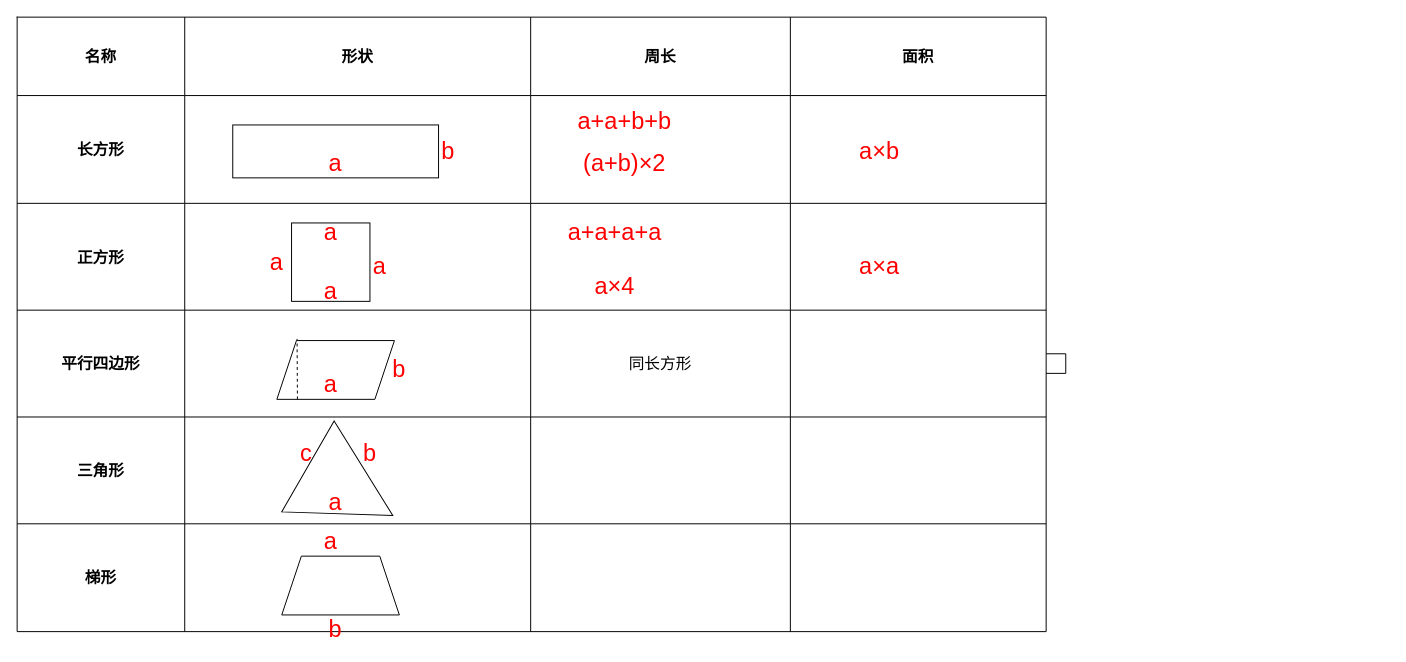
Earlier version of the draw.io diagram 教学.drawio (SpikeFJ/picgo). Source tidied: cells renumbered, new cells numbered last; positions are measured from the earlier drawing's top-left corner, leaving out a move shared by most shapes. Both pictures are drawn from the tidied source at 98%, with x=0, y=0 at pixel (17, 17).
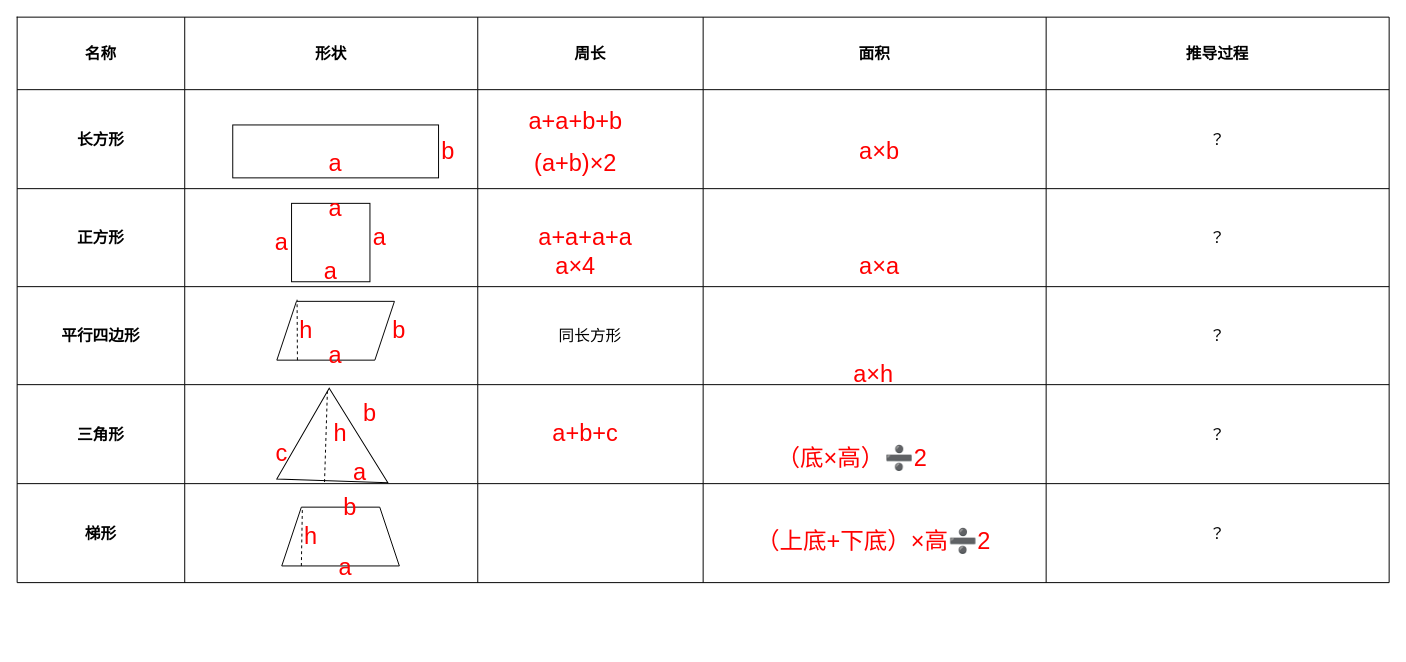
The same diagram, later.

The edit, as a diff of the source:
```diff
@@
     <mxCell id="2" style="shape=table;startSize=0;childLayout=tableLayout;fontSize=16;rounded=1;labelBackgroundColor=none;" parent="1" vertex="1">
-      <mxGeometry width="1050" height="627" as="geometry" />
+      <mxGeometry width="1400" height="577" as="geometry" />
     </mxCell>
     <mxCell id="3" style="shape=tableRow;horizontal=0;startSize=0;swimlaneHead=0;swimlaneBody=0;top=0;left=0;bottom=0;right=0;fillColor=none;fontSize=16;fontStyle=1;rounded=1;labelBackgroundColor=none;" parent="2" vertex="1">
-      <mxGeometry width="1050" height="80" as="geometry" />
+      <mxGeometry width="1400" height="74" as="geometry" />
     </mxCell>
     <mxCell id="4" value="名称" style="shape=partialRectangle;html=1;whiteSpace=wrap;overflow=hidden;fillColor=none;top=0;left=0;bottom=0;right=0;fontSize=16;fontStyle=1;rounded=1;labelBackgroundColor=none;" parent="3" vertex="1">
-      <mxGeometry width="171" height="80" as="geometry" />
+      <mxGeometry width="171" height="74" as="geometry" />
     </mxCell>
     <mxCell id="5" value="形状" style="shape=partialRectangle;html=1;whiteSpace=wrap;overflow=hidden;fillColor=none;top=0;left=0;bottom=0;right=0;fontSize=16;fontStyle=1;rounded=1;labelBackgroundColor=none;" parent="3" vertex="1">
-      <mxGeometry x="171" width="353" height="80" as="geometry" />
+      <mxGeometry x="171" width="299" height="74" as="geometry" />
     </mxCell>
     <mxCell id="6" value="周长" style="shape=partialRectangle;html=1;whiteSpace=wrap;overflow=hidden;fillColor=none;top=0;left=0;bottom=0;right=0;fontSize=16;fontStyle=1;rounded=1;labelBackgroundColor=none;" parent="3" vertex="1">
-      <mxGeometry x="524" width="265" height="80" as="geometry" />
+      <mxGeometry x="470" width="230" height="74" as="geometry" />
     </mxCell>
     <mxCell id="7" value="面积" style="shape=partialRectangle;html=1;whiteSpace=wrap;overflow=hidden;fillColor=none;top=0;left=0;bottom=0;right=0;fontSize=16;fontStyle=1;rounded=1;labelBackgroundColor=none;" parent="3" vertex="1">
-      <mxGeometry x="789" width="261" height="80" as="geometry" />
+      <mxGeometry x="700" width="350" height="74" as="geometry" />
     </mxCell>
+    <mxCell id="60" value="推导过程" style="shape=partialRectangle;html=1;whiteSpace=wrap;overflow=hidden;fillColor=none;top=0;left=0;bottom=0;right=0;fontSize=16;fontStyle=1;rounded=1;labelBackgroundColor=none;" parent="3" vertex="1">
+      <mxGeometry x="1050" width="350" height="74" as="geometry" />
+    </mxCell>
     <mxCell id="8" style="shape=tableRow;horizontal=0;startSize=0;swimlaneHead=0;swimlaneBody=0;top=0;left=0;bottom=0;right=0;fillColor=none;fontSize=16;rounded=1;labelBackgroundColor=none;" parent="2" vertex="1">
-      <mxGeometry y="80" width="1050" height="110" as="geometry" />
+      <mxGeometry y="74" width="1400" height="101" as="geometry" />
     </mxCell>
     <mxCell id="9" value="长方形" style="shape=partialRectangle;html=1;whiteSpace=wrap;overflow=hidden;fillColor=none;top=0;left=0;bottom=0;right=0;fontSize=16;rounded=1;labelBackgroundColor=none;fontStyle=1;" parent="8" vertex="1">
-      <mxGeometry width="171" height="110" as="geometry" />
+      <mxGeometry width="171" height="101" as="geometry" />
     </mxCell>
     <mxCell id="10" style="shape=partialRectangle;html=1;whiteSpace=wrap;overflow=hidden;fillColor=none;top=0;left=0;bottom=0;right=0;fontSize=16;rounded=1;labelBackgroundColor=none;" parent="8" vertex="1">
-      <mxGeometry x="171" width="353" height="110" as="geometry" />
+      <mxGeometry x="171" width="299" height="101" as="geometry" />
     </mxCell>
     <mxCell id="11" style="shape=partialRectangle;html=1;whiteSpace=wrap;overflow=hidden;fillColor=none;top=0;left=0;bottom=0;right=0;fontSize=16;rounded=1;labelBackgroundColor=none;" parent="8" vertex="1">
-      <mxGeometry x="524" width="265" height="110" as="geometry" />
+      <mxGeometry x="470" width="230" height="101" as="geometry" />
     </mxCell>
     <mxCell id="12" style="shape=partialRectangle;html=1;whiteSpace=wrap;overflow=hidden;fillColor=none;top=0;left=0;bottom=0;right=0;fontSize=16;rounded=1;labelBackgroundColor=none;" parent="8" vertex="1">
-      <mxGeometry x="789" width="261" height="110" as="geometry" />
+      <mxGeometry x="700" width="350" height="101" as="geometry" />
     </mxCell>
+    <mxCell id="61" value="？" style="shape=partialRectangle;html=1;whiteSpace=wrap;overflow=hidden;fillColor=none;top=0;left=0;bottom=0;right=0;fontSize=16;rounded=1;labelBackgroundColor=none;" parent="8" vertex="1">
+      <mxGeometry x="1050" width="350" height="101" as="geometry" />
+    </mxCell>
     <mxCell id="13" style="shape=tableRow;horizontal=0;startSize=0;swimlaneHead=0;swimlaneBody=0;top=0;left=0;bottom=0;right=0;fillColor=none;fontSize=16;rounded=1;labelBackgroundColor=none;" parent="2" vertex="1">
-      <mxGeometry y="190" width="1050" height="109" as="geometry" />
+      <mxGeometry y="175" width="1400" height="100" as="geometry" />
     </mxCell>
     <mxCell id="14" value="正方形" style="shape=partialRectangle;html=1;whiteSpace=wrap;overflow=hidden;fillColor=none;top=0;left=0;bottom=0;right=0;fontSize=16;rounded=1;labelBackgroundColor=none;fontStyle=1;" parent="13" vertex="1">
-      <mxGeometry width="171" height="109" as="geometry" />
+      <mxGeometry width="171" height="100" as="geometry" />
     </mxCell>
     <mxCell id="15" style="shape=partialRectangle;html=1;whiteSpace=wrap;overflow=hidden;fillColor=none;top=0;left=0;bottom=0;right=0;fontSize=16;rounded=1;labelBackgroundColor=none;" parent="13" vertex="1">
-      <mxGeometry x="171" width="353" height="109" as="geometry" />
+      <mxGeometry x="171" width="299" height="100" as="geometry" />
     </mxCell>
     <mxCell id="16" style="shape=partialRectangle;html=1;whiteSpace=wrap;overflow=hidden;fillColor=none;top=0;left=0;bottom=0;right=0;fontSize=16;rounded=1;labelBackgroundColor=none;" parent="13" vertex="1">
-      <mxGeometry x="524" width="265" height="109" as="geometry" />
+      <mxGeometry x="470" width="230" height="100" as="geometry" />
     </mxCell>
     <mxCell id="17" style="shape=partialRectangle;html=1;whiteSpace=wrap;overflow=hidden;fillColor=none;top=0;left=0;bottom=0;right=0;fontSize=16;rounded=1;labelBackgroundColor=none;" parent="13" vertex="1">
-      <mxGeometry x="789" width="261" height="109" as="geometry" />
+      <mxGeometry x="700" width="350" height="100" as="geometry" />
     </mxCell>
+    <mxCell id="62" value="？" style="shape=partialRectangle;html=1;whiteSpace=wrap;overflow=hidden;fillColor=none;top=0;left=0;bottom=0;right=0;fontSize=16;rounded=1;labelBackgroundColor=none;" parent="13" vertex="1">
+      <mxGeometry x="1050" width="350" height="100" as="geometry" />
+    </mxCell>
     <mxCell id="18" style="shape=tableRow;horizontal=0;startSize=0;swimlaneHead=0;swimlaneBody=0;top=0;left=0;bottom=0;right=0;fillColor=none;points=[[0,0.5],[1,0.5]];portConstraint=eastwest;fontSize=16;rounded=1;labelBackgroundColor=none;" parent="2" vertex="1">
-      <mxGeometry y="299" width="1050" height="109" as="geometry" />
+      <mxGeometry y="275" width="1400" height="100" as="geometry" />
     </mxCell>
     <mxCell id="19" value="平行四边形" style="shape=partialRectangle;html=1;whiteSpace=wrap;overflow=hidden;fillColor=none;top=0;left=0;bottom=0;right=0;fontSize=16;rounded=1;labelBackgroundColor=none;fontStyle=1;" parent="18" vertex="1">
-      <mxGeometry width="171" height="109" as="geometry" />
+      <mxGeometry width="171" height="100" as="geometry" />
     </mxCell>
     <mxCell id="20" style="shape=partialRectangle;html=1;whiteSpace=wrap;overflow=hidden;fillColor=none;top=0;left=0;bottom=0;right=0;fontSize=16;rounded=1;labelBackgroundColor=none;" parent="18" vertex="1">
-      <mxGeometry x="171" width="353" height="109" as="geometry" />
+      <mxGeometry x="171" width="299" height="100" as="geometry" />
     </mxCell>
     <mxCell id="21" value="同长方形" style="shape=partialRectangle;html=1;whiteSpace=wrap;overflow=hidden;fillColor=none;top=0;left=0;bottom=0;right=0;fontSize=16;rounded=1;labelBackgroundColor=none;" parent="18" vertex="1">
-      <mxGeometry x="524" width="265" height="109" as="geometry" />
+      <mxGeometry x="470" width="230" height="100" as="geometry" />
     </mxCell>
     <mxCell id="22" style="shape=partialRectangle;html=1;whiteSpace=wrap;overflow=hidden;fillColor=none;top=0;left=0;bottom=0;right=0;fontSize=16;rounded=1;labelBackgroundColor=none;" parent="18" vertex="1">
-      <mxGeometry x="789" width="261" height="109" as="geometry" />
+      <mxGeometry x="700" width="350" height="100" as="geometry" />
     </mxCell>
+    <mxCell id="63" value="？" style="shape=partialRectangle;html=1;whiteSpace=wrap;overflow=hidden;fillColor=none;top=0;left=0;bottom=0;right=0;fontSize=16;rounded=1;labelBackgroundColor=none;" parent="18" vertex="1">
+      <mxGeometry x="1050" width="350" height="100" as="geometry" />
+    </mxCell>
     <mxCell id="23" style="shape=tableRow;horizontal=0;startSize=0;swimlaneHead=0;swimlaneBody=0;top=0;left=0;bottom=0;right=0;fillColor=none;fontSize=16;rounded=1;labelBackgroundColor=none;" parent="2" vertex="1">
-      <mxGeometry y="408" width="1050" height="109" as="geometry" />
+      <mxGeometry y="375" width="1400" height="101" as="geometry" />
     </mxCell>
     <mxCell id="24" value="三角形" style="shape=partialRectangle;html=1;whiteSpace=wrap;overflow=hidden;fillColor=none;top=0;left=0;bottom=0;right=0;fontSize=16;rounded=1;labelBackgroundColor=none;fontStyle=1;" parent="23" vertex="1">
-      <mxGeometry width="171" height="109" as="geometry" />
+      <mxGeometry width="171" height="101" as="geometry" />
     </mxCell>
     <mxCell id="25" style="shape=partialRectangle;html=1;whiteSpace=wrap;overflow=hidden;fillColor=none;top=0;left=0;bottom=0;right=0;fontSize=16;rounded=1;labelBackgroundColor=none;" parent="23" vertex="1">
-      <mxGeometry x="171" width="353" height="109" as="geometry" />
+      <mxGeometry x="171" width="299" height="101" as="geometry" />
     </mxCell>
     <mxCell id="26" style="shape=partialRectangle;html=1;whiteSpace=wrap;overflow=hidden;fillColor=none;top=0;left=0;bottom=0;right=0;fontSize=16;rounded=1;labelBackgroundColor=none;" parent="23" vertex="1">
-      <mxGeometry x="524" width="265" height="109" as="geometry" />
+      <mxGeometry x="470" width="230" height="101" as="geometry" />
     </mxCell>
     <mxCell id="27" style="shape=partialRectangle;html=1;whiteSpace=wrap;overflow=hidden;fillColor=none;top=0;left=0;bottom=0;right=0;fontSize=16;rounded=1;labelBackgroundColor=none;" parent="23" vertex="1">
-      <mxGeometry x="789" width="261" height="109" as="geometry" />
+      <mxGeometry x="700" width="350" height="101" as="geometry" />
     </mxCell>
+    <mxCell id="64" value="？" style="shape=partialRectangle;html=1;whiteSpace=wrap;overflow=hidden;fillColor=none;top=0;left=0;bottom=0;right=0;fontSize=16;rounded=1;labelBackgroundColor=none;" parent="23" vertex="1">
+      <mxGeometry x="1050" width="350" height="101" as="geometry" />
+    </mxCell>
     <mxCell id="28" style="shape=tableRow;horizontal=0;startSize=0;swimlaneHead=0;swimlaneBody=0;top=0;left=0;bottom=0;right=0;fillColor=none;fontSize=16;rounded=1;labelBackgroundColor=none;" parent="2" vertex="1">
-      <mxGeometry y="517" width="1050" height="110" as="geometry" />
+      <mxGeometry y="476" width="1400" height="101" as="geometry" />
     </mxCell>
     <mxCell id="29" value="梯形" style="shape=partialRectangle;html=1;whiteSpace=wrap;overflow=hidden;fillColor=none;top=0;left=0;bottom=0;right=0;fontSize=16;rounded=1;labelBackgroundColor=none;fontStyle=1;" parent="28" vertex="1">
-      <mxGeometry width="171" height="110" as="geometry" />
+      <mxGeometry width="171" height="101" as="geometry" />
     </mxCell>
     <mxCell id="30" style="shape=partialRectangle;html=1;whiteSpace=wrap;overflow=hidden;fillColor=none;top=0;left=0;bottom=0;right=0;fontSize=16;rounded=1;labelBackgroundColor=none;" parent="28" vertex="1">
-      <mxGeometry x="171" width="353" height="110" as="geometry" />
+      <mxGeometry x="171" width="299" height="101" as="geometry" />
     </mxCell>
     <mxCell id="31" style="shape=partialRectangle;html=1;whiteSpace=wrap;overflow=hidden;fillColor=none;top=0;left=0;bottom=0;right=0;fontSize=16;rounded=1;labelBackgroundColor=none;" parent="28" vertex="1">
-      <mxGeometry x="524" width="265" height="110" as="geometry" />
+      <mxGeometry x="470" width="230" height="101" as="geometry" />
     </mxCell>
     <mxCell id="32" style="shape=partialRectangle;html=1;whiteSpace=wrap;overflow=hidden;fillColor=none;top=0;left=0;bottom=0;right=0;fontSize=16;rounded=1;labelBackgroundColor=none;" parent="28" vertex="1">
-      <mxGeometry x="789" width="261" height="110" as="geometry" />
+      <mxGeometry x="700" width="350" height="101" as="geometry" />
     </mxCell>
-    <mxCell id="33" style="endArrow=none;html=1;rounded=0;edgeStyle=orthogonalEdgeStyle;" parent="2" edge="1" source="18" target="18">
-      <mxGeometry relative="1" as="geometry" />
-    </mxCell>
+    <mxCell id="65" value="？" style="shape=partialRectangle;html=1;whiteSpace=wrap;overflow=hidden;fillColor=none;top=0;left=0;bottom=0;right=0;fontSize=16;rounded=1;labelBackgroundColor=none;" parent="28" vertex="1">
+      <mxGeometry x="1050" width="350" height="101" as="geometry" />
+    </mxCell>
@@
     <mxCell id="35" style="whiteSpace=wrap;html=1;" parent="1" vertex="1">
-      <mxGeometry x="280" y="210" width="80" height="80" as="geometry" />
+      <mxGeometry x="280" y="190" width="80" height="80" as="geometry" />
     </mxCell>
     <mxCell id="36" style="shape=parallelogram;perimeter=parallelogramPerimeter;whiteSpace=wrap;html=1;fixedSize=1;" parent="1" vertex="1">
-      <mxGeometry x="265" y="330" width="120" height="60" as="geometry" />
+      <mxGeometry x="265" y="290" width="120" height="60" as="geometry" />
     </mxCell>
     <mxCell id="37" style="triangle;whiteSpace=wrap;html=1;rotation=30;" parent="1" vertex="1">
-      <mxGeometry x="290" y="430" width="100" height="107" as="geometry" />
+      <mxGeometry x="285" y="396.5" width="100" height="107" as="geometry" />
     </mxCell>
     <mxCell id="38" style="shape=trapezoid;perimeter=trapezoidPerimeter;whiteSpace=wrap;html=1;fixedSize=1;" parent="1" vertex="1">
-      <mxGeometry x="270" y="550" width="120" height="60" as="geometry" />
+      <mxGeometry x="270" y="500" width="120" height="60" as="geometry" />
     </mxCell>
@@
     <mxCell id="41" value="&lt;font style=&quot;font-size: 24px;&quot;&gt;a&lt;/font&gt;" style="text;html=1;align=center;verticalAlign=middle;whiteSpace=wrap;rounded=0;fontColor=#FF0000;" parent="1" vertex="1">
-      <mxGeometry x="235" y="235" width="60" height="30" as="geometry" />
+      <mxGeometry x="240" y="215" width="60" height="30" as="geometry" />
     </mxCell>
     <mxCell id="42" value="&lt;font style=&quot;font-size: 24px;&quot;&gt;a&lt;/font&gt;" style="text;html=1;align=center;verticalAlign=middle;whiteSpace=wrap;rounded=0;fontColor=#FF0000;" parent="1" vertex="1">
-      <mxGeometry x="290" y="205" width="60" height="30" as="geometry" />
+      <mxGeometry x="295" y="180" width="60" height="30" as="geometry" />
     </mxCell>
     <mxCell id="43" value="&lt;font style=&quot;font-size: 24px;&quot;&gt;a&lt;/font&gt;" style="text;html=1;align=center;verticalAlign=middle;whiteSpace=wrap;rounded=0;fontColor=#FF0000;" parent="1" vertex="1">
-      <mxGeometry x="340" y="240" width="60" height="30" as="geometry" />
+      <mxGeometry x="340" y="210" width="60" height="30" as="geometry" />
     </mxCell>
     <mxCell id="44" value="&lt;font style=&quot;font-size: 24px;&quot;&gt;a&lt;/font&gt;" style="text;html=1;align=center;verticalAlign=middle;whiteSpace=wrap;rounded=0;fontColor=#FF0000;" parent="1" vertex="1">
-      <mxGeometry x="290" y="265" width="60" height="30" as="geometry" />
+      <mxGeometry x="290" y="245" width="60" height="30" as="geometry" />
     </mxCell>
     <mxCell id="45" value="&lt;font style=&quot;font-size: 24px;&quot;&gt;a&lt;/font&gt;" style="text;html=1;align=center;verticalAlign=middle;whiteSpace=wrap;rounded=0;fontColor=#FF0000;" parent="1" vertex="1">
-      <mxGeometry x="290" y="360" width="60" height="30" as="geometry" />
+      <mxGeometry x="295" y="330" width="60" height="30" as="geometry" />
     </mxCell>
-    <mxCell id="46" style="edgeStyle=orthogonalEdgeStyle;rounded=0;jettySize=auto;html=1;exitX=1;exitY=0;exitDx=0;exitDy=0;" parent="1" edge="1" source="47">
-      <mxGeometry relative="1" as="geometry">
-        <mxPoint x="420" y="345" as="targetPoint" />
-      </mxGeometry>
-    </mxCell>
     <mxCell id="47" value="&lt;font style=&quot;font-size: 24px;&quot;&gt;b&lt;/font&gt;" style="text;html=1;align=center;verticalAlign=middle;whiteSpace=wrap;rounded=0;fontColor=#FF0000;" parent="1" vertex="1">
-      <mxGeometry x="360" y="345" width="60" height="30" as="geometry" />
+      <mxGeometry x="370" y="305" width="40" height="30" as="geometry" />
     </mxCell>
     <mxCell id="48" value="&lt;font style=&quot;font-size: 24px;&quot;&gt;a&lt;/font&gt;" style="text;html=1;align=center;verticalAlign=middle;whiteSpace=wrap;rounded=0;fontColor=#FF0000;" parent="1" vertex="1">
-      <mxGeometry x="295" y="480" width="60" height="30" as="geometry" />
+      <mxGeometry x="320" y="450" width="60" height="30" as="geometry" />
     </mxCell>
-    <mxCell id="49" value="&lt;font style=&quot;font-size: 24px;&quot;&gt;a&lt;/font&gt;" style="text;html=1;align=center;verticalAlign=middle;whiteSpace=wrap;rounded=0;fontColor=#FF0000;" parent="1" vertex="1">
-      <mxGeometry x="290" y="520" width="60" height="30" as="geometry" />
-    </mxCell>
-    <mxCell id="50" value="&lt;font style=&quot;font-size: 24px;&quot;&gt;b&lt;/font&gt;" style="text;html=1;align=center;verticalAlign=middle;whiteSpace=wrap;rounded=0;fontColor=#FF0000;" parent="1" vertex="1">
-      <mxGeometry x="295" y="610" width="60" height="30" as="geometry" />
-    </mxCell>
     <mxCell id="51" value="&lt;font style=&quot;font-size: 24px;&quot;&gt;a+a+b+b&lt;/font&gt;" style="text;html=1;align=center;verticalAlign=middle;whiteSpace=wrap;rounded=0;fontColor=#FF0000;" parent="1" vertex="1">
-      <mxGeometry x="550" y="92" width="140" height="30" as="geometry" />
+      <mxGeometry x="500" y="92" width="140" height="30" as="geometry" />
     </mxCell>
     <mxCell id="52" value="&lt;font style=&quot;font-size: 24px;&quot;&gt;(a+b)×2&lt;/font&gt;" style="text;html=1;align=center;verticalAlign=middle;whiteSpace=wrap;rounded=0;fontColor=#FF0000;" parent="1" vertex="1">
-      <mxGeometry x="550" y="134" width="140" height="30" as="geometry" />
+      <mxGeometry x="500" y="134" width="140" height="30" as="geometry" />
     </mxCell>
@@
     <mxCell id="55" value="&lt;font style=&quot;font-size: 24px;&quot;&gt;a+a+a+a&lt;/font&gt;" style="text;html=1;align=center;verticalAlign=middle;whiteSpace=wrap;rounded=0;fontColor=#FF0000;" parent="1" vertex="1">
-      <mxGeometry x="540" y="205" width="140" height="30" as="geometry" />
+      <mxGeometry x="510" y="210" width="140" height="30" as="geometry" />
     </mxCell>
     <mxCell id="56" value="&lt;font style=&quot;font-size: 24px;&quot;&gt;a×4&lt;/font&gt;" style="text;html=1;align=center;verticalAlign=middle;whiteSpace=wrap;rounded=0;fontColor=#FF0000;" parent="1" vertex="1">
-      <mxGeometry x="540" y="260" width="140" height="30" as="geometry" />
+      <mxGeometry x="500" y="240" width="140" height="30" as="geometry" />
     </mxCell>
     <mxCell id="57" value="&lt;font style=&quot;font-size: 24px;&quot;&gt;b&lt;/font&gt;" style="text;html=1;align=center;verticalAlign=middle;whiteSpace=wrap;rounded=0;fontColor=#FF0000;" parent="1" vertex="1">
-      <mxGeometry x="330" y="430" width="60" height="30" as="geometry" />
+      <mxGeometry x="330" y="390" width="60" height="30" as="geometry" />
     </mxCell>
     <mxCell id="58" value="&lt;font style=&quot;font-size: 24px;&quot;&gt;c&lt;/font&gt;" style="text;html=1;align=center;verticalAlign=middle;whiteSpace=wrap;rounded=0;fontColor=#FF0000;" parent="1" vertex="1">
-      <mxGeometry x="265" y="430" width="60" height="30" as="geometry" />
+      <mxGeometry x="240" y="430" width="60" height="30" as="geometry" />
     </mxCell>
     <mxCell id="59" style="endArrow=none;dashed=1;html=1;rounded=0;entryX=0.172;entryY=-0.028;entryDx=0;entryDy=0;entryPerimeter=0;" parent="1" edge="1" target="36">
       <mxGeometry relative="1" as="geometry">
-        <mxPoint x="286" y="390" as="sourcePoint" />
+        <mxPoint x="286" y="350" as="sourcePoint" />
       </mxGeometry>
     </mxCell>
+    <mxCell id="66" value="&lt;font style=&quot;font-size: 24px;&quot;&gt;h&lt;/font&gt;" style="text;html=1;align=center;verticalAlign=middle;whiteSpace=wrap;rounded=0;fontColor=#FF0000;" parent="1" vertex="1">
+      <mxGeometry x="265" y="305" width="60" height="30" as="geometry" />
+    </mxCell>
+    <mxCell id="67" style="endArrow=none;dashed=1;html=1;rounded=0;entryX=-0.005;entryY=0.026;entryDx=0;entryDy=0;entryPerimeter=0;exitX=0.437;exitY=0.797;exitDx=0;exitDy=0;exitPerimeter=0;" parent="1" edge="1" source="37" target="37">
+      <mxGeometry relative="1" as="geometry" />
+    </mxCell>
+    <mxCell id="68" value="&lt;font style=&quot;font-size: 24px;&quot;&gt;h&lt;/font&gt;" style="text;html=1;align=center;verticalAlign=middle;whiteSpace=wrap;rounded=0;fontColor=#FF0000;" parent="1" vertex="1">
+      <mxGeometry x="300" y="410" width="60" height="30" as="geometry" />
+    </mxCell>
+    <mxCell id="69" value="&lt;font style=&quot;font-size: 24px;&quot;&gt;a×h&lt;/font&gt;" style="text;html=1;align=center;verticalAlign=middle;whiteSpace=wrap;rounded=0;fontColor=#FF0000;" parent="1" vertex="1">
+      <mxGeometry x="804" y="350" width="140" height="30" as="geometry" />
+    </mxCell>
+    <mxCell id="70" value="&lt;font style=&quot;font-size: 24px;&quot;&gt;（底×高）➗2&lt;/font&gt;" style="text;html=1;align=center;verticalAlign=middle;whiteSpace=wrap;rounded=0;fontColor=#FF0000;" parent="1" vertex="1">
+      <mxGeometry x="760" y="420" width="184" height="60" as="geometry" />
+    </mxCell>
+    <mxCell id="71" value="&lt;font style=&quot;font-size: 24px;&quot;&gt;a+b+c&lt;/font&gt;" style="text;html=1;align=center;verticalAlign=middle;whiteSpace=wrap;rounded=0;fontColor=#FF0000;" parent="1" vertex="1">
+      <mxGeometry x="510" y="410" width="140" height="30" as="geometry" />
+    </mxCell>
+    <mxCell id="50" value="&lt;font style=&quot;font-size: 24px;&quot;&gt;b&lt;/font&gt;" style="text;html=1;align=center;verticalAlign=middle;whiteSpace=wrap;rounded=0;fontColor=#FF0000;" parent="1" vertex="1">
+      <mxGeometry x="310" y="485" width="60" height="30" as="geometry" />
+    </mxCell>
+    <mxCell id="49" value="&lt;font style=&quot;font-size: 24px;&quot;&gt;a&lt;/font&gt;" style="text;html=1;align=center;verticalAlign=middle;whiteSpace=wrap;rounded=0;fontColor=#FF0000;" parent="1" vertex="1">
+      <mxGeometry x="305" y="547" width="60" height="30" as="geometry" />
+    </mxCell>
+    <mxCell id="72" style="endArrow=none;dashed=1;html=1;rounded=0;entryX=0.175;entryY=0.05;entryDx=0;entryDy=0;entryPerimeter=0;" parent="1" edge="1" target="38">
+      <mxGeometry relative="1" as="geometry">
+        <mxPoint x="290" y="560" as="sourcePoint" />
+      </mxGeometry>
+    </mxCell>
+    <mxCell id="73" value="&lt;font style=&quot;font-size: 24px;&quot;&gt;h&lt;/font&gt;" style="text;html=1;align=center;verticalAlign=middle;whiteSpace=wrap;rounded=0;fontColor=#FF0000;" parent="1" vertex="1">
+      <mxGeometry x="270" y="515" width="60" height="30" as="geometry" />
+    </mxCell>
+    <mxCell id="74" value="&lt;font style=&quot;font-size: 24px;&quot;&gt;（上底+下底）×高➗2&lt;/font&gt;" style="text;html=1;align=center;verticalAlign=middle;whiteSpace=wrap;rounded=0;fontColor=#FF0000;" parent="1" vertex="1">
+      <mxGeometry x="679" y="485" width="390" height="100" as="geometry" />
+    </mxCell>
```
